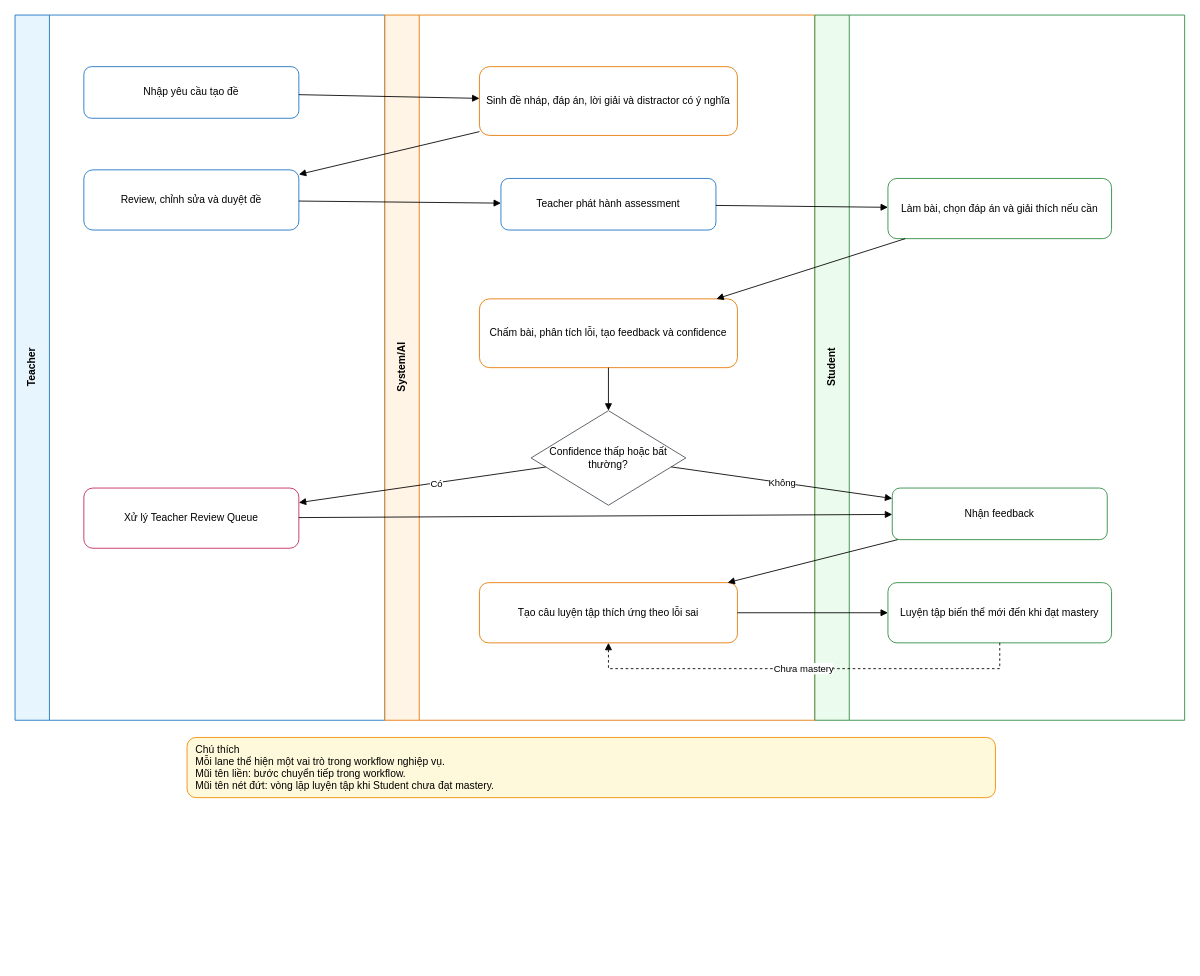
Above: docs/diagrams/business-workflows.drawio in biabeogo147/AI-Assessment-and-Feedback-Assistant (draw.io), before the change. Source tidied: cells renumbered, new cells numbered last; positions are measured from the earlier drawing's top-left corner, leaving out a move shared by most shapes. Both pictures are drawn from the tidied source at 86%, with x=0, y=0 at pixel (15, 15).
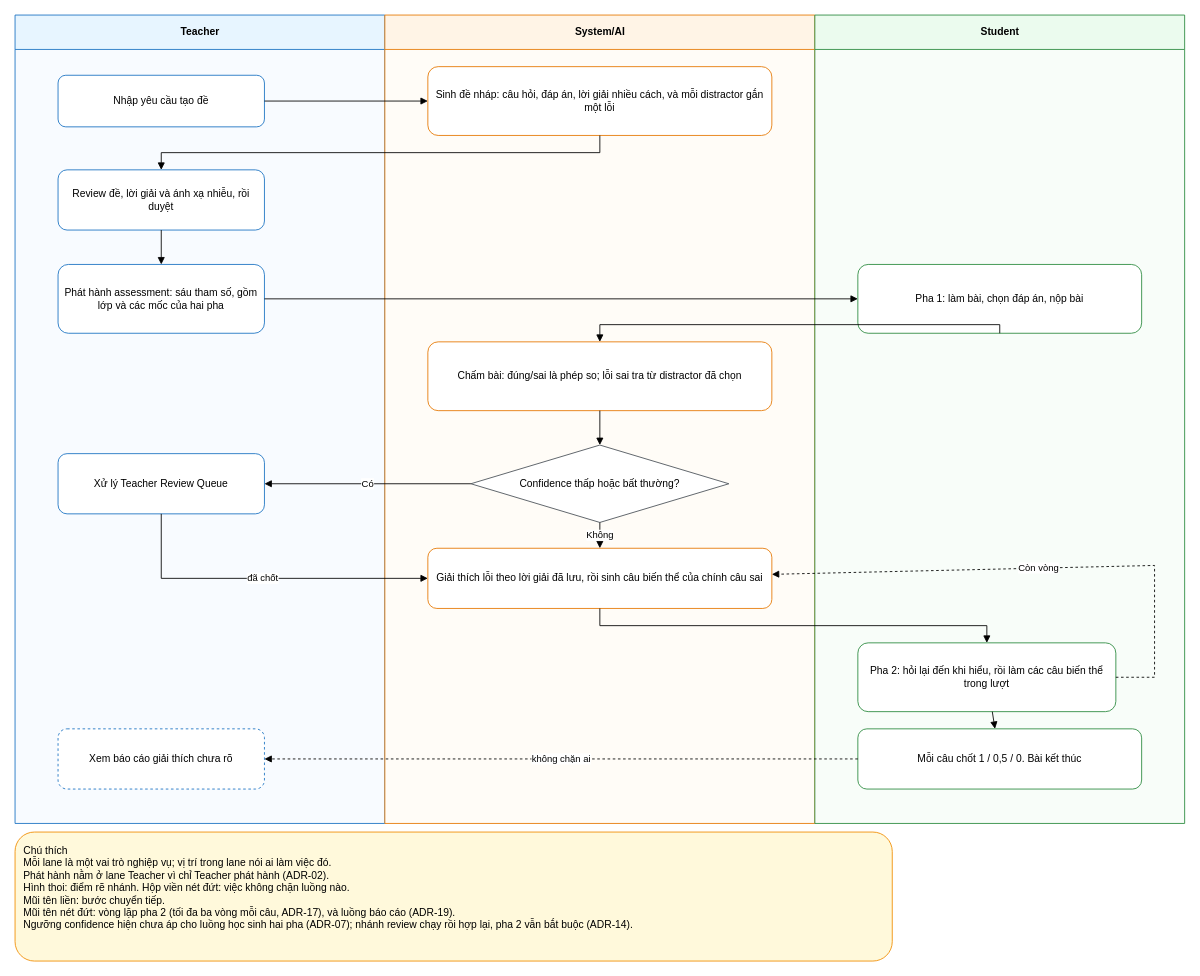
The same page after the edit.

Commit message (it also covers changes not shown here):
docs: đưa bốn diagram và ba tài liệu overview về đúng mô hình hai pha

Diff of the diagram source:
```diff
@@
-    <mxCell id="2" value="Teacher" style="swimlane;horizontal=0;startSize=40;html=1;rounded=0;fillColor=#e7f5ff;strokeColor=#1971c2;fontStyle=1;" parent="1" vertex="1">
-      <mxGeometry width="430" height="820" as="geometry" />
+    <mxCell id="2" value="Teacher" style="swimlane;html=1;startSize=40;horizontal=1;fillColor=#e7f5ff;strokeColor=#1971c2;fontStyle=1;swimlaneFillColor=#f8fbff;" parent="1" vertex="1">
+      <mxGeometry width="430" height="940" as="geometry" />
     </mxCell>
-    <mxCell id="3" value="System/AI" style="swimlane;horizontal=0;startSize=40;html=1;rounded=0;fillColor=#fff4e6;strokeColor=#e67700;fontStyle=1;" parent="1" vertex="1">
-      <mxGeometry x="430" width="500" height="820" as="geometry" />
+    <mxCell id="3" value="System/AI" style="swimlane;html=1;startSize=40;horizontal=1;fillColor=#fff4e6;strokeColor=#e67700;fontStyle=1;swimlaneFillColor=#fffcf7;" parent="1" vertex="1">
+      <mxGeometry x="430" width="500" height="940" as="geometry" />
     </mxCell>
-    <mxCell id="4" value="Student" style="swimlane;horizontal=0;startSize=40;html=1;rounded=0;fillColor=#ebfbee;strokeColor=#2b8a3e;fontStyle=1;" parent="1" vertex="1">
-      <mxGeometry x="930" width="430" height="820" as="geometry" />
+    <mxCell id="4" value="Student" style="swimlane;html=1;startSize=40;horizontal=1;fillColor=#ebfbee;strokeColor=#2b8a3e;fontStyle=1;swimlaneFillColor=#f8fdf9;" parent="1" vertex="1">
+      <mxGeometry x="930" width="430" height="940" as="geometry" />
     </mxCell>
-    <mxCell id="5" value="Xử lý Teacher Review Queue" style="rounded=1;whiteSpace=wrap;html=1;fillColor=#ffffff;strokeColor=#c2255c;" parent="4" vertex="1">
-      <mxGeometry x="-850" y="550" width="250" height="70" as="geometry" />
-    </mxCell>
-    <mxCell id="6" value="Nhận feedback" style="rounded=1;whiteSpace=wrap;html=1;fillColor=#ffffff;strokeColor=#2b8a3e;" parent="4" vertex="1">
-      <mxGeometry x="90" y="550" width="250" height="60" as="geometry" />
-    </mxCell>
-    <mxCell id="7" style="endArrow=block;html=1;rounded=0;" parent="4" edge="1" source="5" target="6">
-      <mxGeometry relative="1" as="geometry" />
-    </mxCell>
-    <mxCell id="8" value="Luyện tập biến thể mới đến khi đạt mastery" style="rounded=1;whiteSpace=wrap;html=1;fillColor=#ffffff;strokeColor=#2b8a3e;" parent="4" vertex="1">
-      <mxGeometry x="85" y="660" width="260" height="70" as="geometry" />
-    </mxCell>
-    <mxCell id="9" value="Tạo câu luyện tập thích ứng theo lỗi sai" style="rounded=1;whiteSpace=wrap;html=1;fillColor=#ffffff;strokeColor=#e67700;" parent="4" vertex="1">
-      <mxGeometry x="-390" y="660" width="300" height="70" as="geometry" />
-    </mxCell>
-    <mxCell id="10" style="endArrow=block;html=1;rounded=0;" parent="4" edge="1" source="6" target="9">
-      <mxGeometry relative="1" as="geometry" />
-    </mxCell>
-    <mxCell id="11" style="endArrow=block;html=1;rounded=0;" parent="4" edge="1" source="9" target="8">
-      <mxGeometry relative="1" as="geometry" />
-    </mxCell>
-    <mxCell id="12" value="Chưa mastery" style="endArrow=block;html=1;rounded=0;dashed=1;" parent="4" edge="1" source="8" target="9">
-      <mxGeometry relative="1" as="geometry">
-        <Array as="points">
-          <mxPoint x="215" y="760" />
-          <mxPoint x="-240" y="760" />
-        </Array>
-      </mxGeometry>
-    </mxCell>
     <mxCell id="13" value="Nhập yêu cầu tạo đề" style="rounded=1;whiteSpace=wrap;html=1;fillColor=#ffffff;strokeColor=#1971c2;" parent="1" vertex="1">
-      <mxGeometry x="80" y="60" width="250" height="60" as="geometry" />
+      <mxGeometry x="50" y="70" width="240" height="60" as="geometry" />
     </mxCell>
-    <mxCell id="14" value="Sinh đề nháp, đáp án, lời giải và distractor có ý nghĩa" style="rounded=1;whiteSpace=wrap;html=1;fillColor=#ffffff;strokeColor=#e67700;" parent="1" vertex="1">
-      <mxGeometry x="540" y="60" width="300" height="80" as="geometry" />
+    <mxCell id="14" value="Sinh đề nháp: câu hỏi, đáp án, lời giải nhiều cách, và mỗi distractor gắn một lỗi" style="rounded=1;whiteSpace=wrap;html=1;fillColor=#ffffff;strokeColor=#e67700;" parent="1" vertex="1">
+      <mxGeometry x="480" y="60" width="400" height="80" as="geometry" />
     </mxCell>
-    <mxCell id="15" value="Review, chỉnh sửa và duyệt đề" style="rounded=1;whiteSpace=wrap;html=1;fillColor=#ffffff;strokeColor=#1971c2;" parent="1" vertex="1">
-      <mxGeometry x="80" y="180" width="250" height="70" as="geometry" />
+    <mxCell id="15" value="Review đề, lời giải và ánh xạ nhiễu, rồi duyệt" style="rounded=1;whiteSpace=wrap;html=1;fillColor=#ffffff;strokeColor=#1971c2;" parent="1" vertex="1">
+      <mxGeometry x="50" y="180" width="240" height="70" as="geometry" />
     </mxCell>
-    <mxCell id="16" value="Teacher phát hành assessment" style="rounded=1;whiteSpace=wrap;html=1;fillColor=#ffffff;strokeColor=#1971c2;" parent="1" vertex="1">
-      <mxGeometry x="565" y="190" width="250" height="60" as="geometry" />
+    <mxCell id="16" value="Phát hành assessment: sáu tham số, gồm lớp và các mốc của hai pha" style="rounded=1;whiteSpace=wrap;html=1;fillColor=#ffffff;strokeColor=#1971c2;" parent="1" vertex="1">
+      <mxGeometry x="50" y="290" width="240" height="80" as="geometry" />
     </mxCell>
-    <mxCell id="17" value="Làm bài, chọn đáp án và giải thích nếu cần" style="rounded=1;whiteSpace=wrap;html=1;fillColor=#ffffff;strokeColor=#2b8a3e;" parent="1" vertex="1">
-      <mxGeometry x="1015" y="190" width="260" height="70" as="geometry" />
+    <mxCell id="17" value="Pha 1: làm bài, chọn đáp án, nộp bài" style="rounded=1;whiteSpace=wrap;html=1;fillColor=#ffffff;strokeColor=#2b8a3e;" parent="1" vertex="1">
+      <mxGeometry x="980" y="290" width="330" height="80" as="geometry" />
     </mxCell>
-    <mxCell id="18" value="Chấm bài, phân tích lỗi, tạo feedback và confidence" style="rounded=1;whiteSpace=wrap;html=1;fillColor=#ffffff;strokeColor=#e67700;" parent="1" vertex="1">
-      <mxGeometry x="540" y="330" width="300" height="80" as="geometry" />
+    <mxCell id="18" value="Chấm bài: đúng/sai là phép so; lỗi sai tra từ distractor đã chọn" style="rounded=1;whiteSpace=wrap;html=1;fillColor=#ffffff;strokeColor=#e67700;" parent="1" vertex="1">
+      <mxGeometry x="480" y="380" width="400" height="80" as="geometry" />
     </mxCell>
     <mxCell id="19" value="Confidence thấp hoặc bất thường?" style="rhombus;whiteSpace=wrap;html=1;fillColor=#ffffff;strokeColor=#495057;" parent="1" vertex="1">
-      <mxGeometry x="600" y="460" width="180" height="110" as="geometry" />
+      <mxGeometry x="530" y="500" width="300" height="90" as="geometry" />
     </mxCell>
+    <mxCell id="5" value="Xử lý Teacher Review Queue" style="rounded=1;whiteSpace=wrap;html=1;fillColor=#ffffff;strokeColor=#1971c2;" parent="1" vertex="1">
+      <mxGeometry x="50" y="510" width="240" height="70" as="geometry" />
+    </mxCell>
+    <mxCell id="9" value="Giải thích lỗi theo lời giải đã lưu, rồi sinh câu biến thể của chính câu sai" style="rounded=1;whiteSpace=wrap;html=1;fillColor=#ffffff;strokeColor=#e67700;" parent="1" vertex="1">
+      <mxGeometry x="480" y="620" width="400" height="70" as="geometry" />
+    </mxCell>
+    <mxCell id="29" value="Pha 2: hỏi lại đến khi hiểu, rồi làm các câu biến thể trong lượt" style="rounded=1;whiteSpace=wrap;html=1;fillColor=#ffffff;strokeColor=#2b8a3e;" parent="1" vertex="1">
+      <mxGeometry x="980" y="730" width="300" height="80" as="geometry" />
+    </mxCell>
+    <mxCell id="30" value="Mỗi câu chốt 1 / 0,5 / 0. Bài kết thúc" style="rounded=1;whiteSpace=wrap;html=1;fillColor=#ffffff;strokeColor=#2b8a3e;" parent="1" vertex="1">
+      <mxGeometry x="980" y="830" width="330" height="70" as="geometry" />
+    </mxCell>
+    <mxCell id="31" value="Xem báo cáo giải thích chưa rõ" style="rounded=1;whiteSpace=wrap;html=1;fillColor=#ffffff;strokeColor=#1971c2;dashed=1;" parent="1" vertex="1">
+      <mxGeometry x="50" y="830" width="240" height="70" as="geometry" />
+    </mxCell>
-    <mxCell id="20" value="Chú thích&#10;Mỗi lane thể hiện một vai trò trong workflow nghiệp vụ.&#10;Mũi tên liền: bước chuyển tiếp trong workflow.&#10;Mũi tên nét đứt: vòng lặp luyện tập khi Student chưa đạt mastery." style="rounded=1;whiteSpace=wrap;html=1;fillColor=#fff9db;strokeColor=#f08c00;align=left;spacing=10;" parent="1" vertex="1">
-      <mxGeometry x="200" y="840" width="940" height="70" as="geometry" />
+    <mxCell id="20" value="Chú thích&#10;Mỗi lane là một vai trò nghiệp vụ; vị trí trong lane nói ai làm việc đó.&#10;Phát hành nằm ở lane Teacher vì chỉ Teacher phát hành (ADR-02).&#10;Hình thoi: điểm rẽ nhánh. Hộp viền nét đứt: việc không chặn luồng nào.&#10;Mũi tên liền: bước chuyển tiếp.&#10;Mũi tên nét đứt: vòng lặp pha 2 (tối đa ba vòng mỗi câu, ADR-17), và luồng báo cáo (ADR-19).&#10;Ngưỡng confidence hiện chưa áp cho luồng học sinh hai pha (ADR-07); nhánh review chạy rồi hợp lại, pha 2 vẫn bắt buộc (ADR-14)." style="rounded=1;whiteSpace=wrap;html=1;fillColor=#fff9db;strokeColor=#f08c00;align=left;verticalAlign=top;spacing=10;" parent="1" vertex="1">
+      <mxGeometry y="950" width="1020" height="150" as="geometry" />
     </mxCell>
@@
     <mxCell id="22" style="endArrow=block;html=1;rounded=0;" parent="1" edge="1" source="14" target="15">
-      <mxGeometry relative="1" as="geometry" />
+      <mxGeometry relative="1" as="geometry">
+        <Array as="points">
+          <mxPoint x="680" y="160" />
+          <mxPoint x="170" y="160" />
+        </Array>
+      </mxGeometry>
     </mxCell>
@@
     <mxCell id="25" style="endArrow=block;html=1;rounded=0;" parent="1" edge="1" source="17" target="18">
-      <mxGeometry relative="1" as="geometry" />
+      <mxGeometry relative="1" as="geometry">
+        <Array as="points">
+          <mxPoint x="1145" y="360" />
+          <mxPoint x="680" y="360" />
+        </Array>
+      </mxGeometry>
     </mxCell>
@@
     <mxCell id="27" value="Có" style="endArrow=block;html=1;rounded=0;" parent="1" edge="1" source="19" target="5">
-      <mxGeometry x="-0.11" y="1" relative="1" as="geometry" />
+      <mxGeometry relative="1" as="geometry" />
     </mxCell>
-    <mxCell id="28" value="Không" style="endArrow=block;html=1;rounded=0;" parent="1" edge="1" source="19" target="6">
+    <mxCell id="28" value="Không" style="endArrow=block;html=1;rounded=0;" parent="1" edge="1" source="19" target="9">
       <mxGeometry relative="1" as="geometry" />
     </mxCell>
+    <mxCell id="32" value="đã chốt" style="endArrow=block;html=1;rounded=0;" parent="1" edge="1" source="5" target="9">
+      <mxGeometry relative="1" as="geometry">
+        <Array as="points">
+          <mxPoint x="170" y="655" />
+        </Array>
+      </mxGeometry>
+    </mxCell>
+    <mxCell id="33" style="endArrow=block;html=1;rounded=0;" parent="1" edge="1" source="9" target="29">
+      <mxGeometry relative="1" as="geometry">
+        <Array as="points">
+          <mxPoint x="680" y="710" />
+          <mxPoint x="1130" y="710" />
+        </Array>
+      </mxGeometry>
+    </mxCell>
+    <mxCell id="34" value="Còn vòng" style="endArrow=block;html=1;rounded=0;dashed=1;" parent="1" edge="1" source="29" target="9">
+      <mxGeometry relative="1" as="geometry">
+        <Array as="points">
+          <mxPoint x="1325" y="770" />
+          <mxPoint x="1325" y="640" />
+        </Array>
+      </mxGeometry>
+    </mxCell>
+    <mxCell id="35" style="endArrow=block;html=1;rounded=0;" parent="1" edge="1" source="29" target="30">
+      <mxGeometry relative="1" as="geometry" />
+    </mxCell>
+    <mxCell id="36" value="không chặn ai" style="endArrow=block;html=1;rounded=0;dashed=1;" parent="1" edge="1" source="30" target="31">
+      <mxGeometry relative="1" as="geometry">
+        <Array as="points">
+          <mxPoint x="360" y="865" />
+        </Array>
+      </mxGeometry>
+    </mxCell>
```
